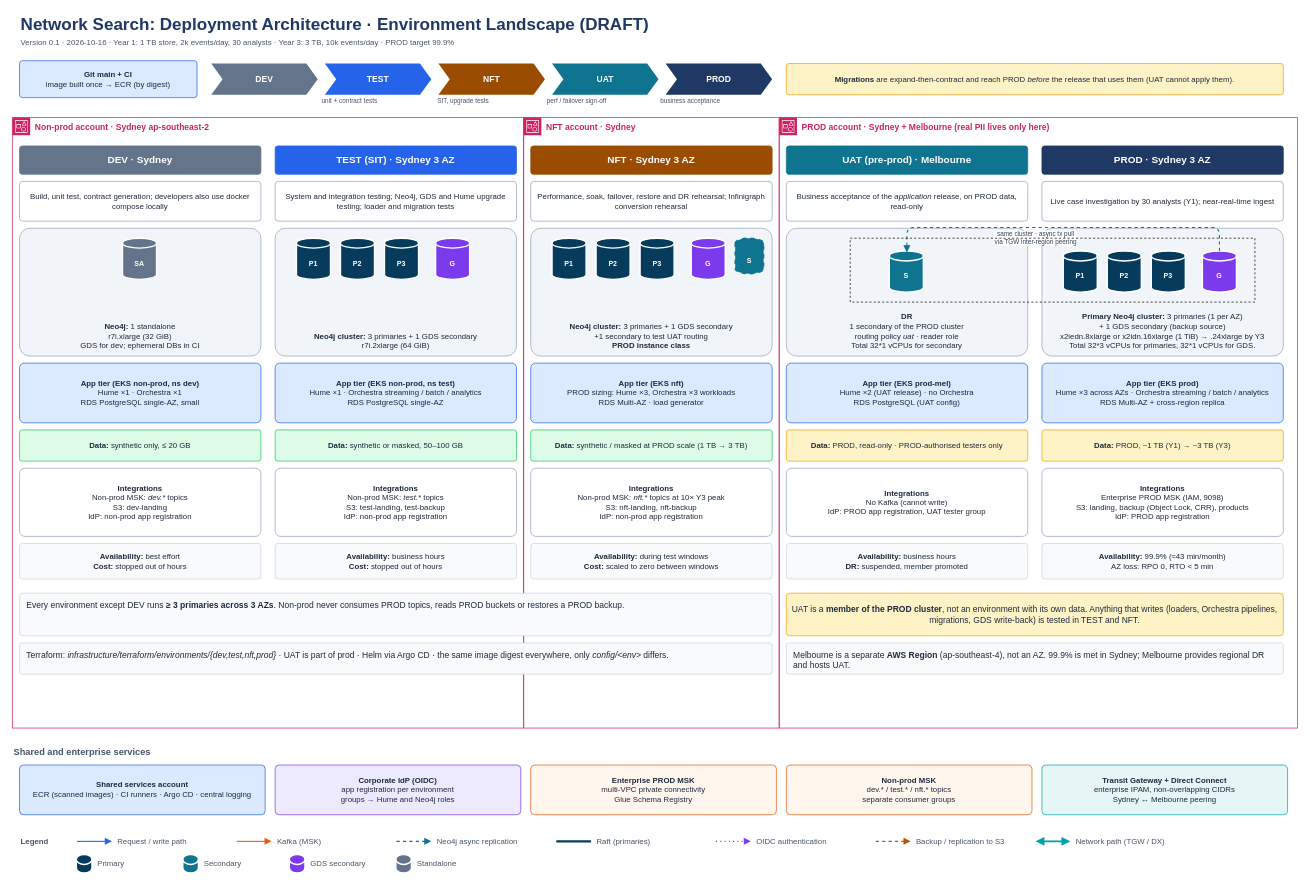
Above: page "1. Environment landscape" (1 of 3) of neo4j/docs/deployment/deployment-architecture.drawio in Joshua-Yu/graph-computing (draw.io), before the change. Source tidied: cells renumbered, new cells numbered last; positions are measured from the earlier drawing's top-left corner, leaving out a move shared by most shapes. Both pictures are drawn from the tidied source at 71%, with x=0, y=0 at pixel (12, 12).
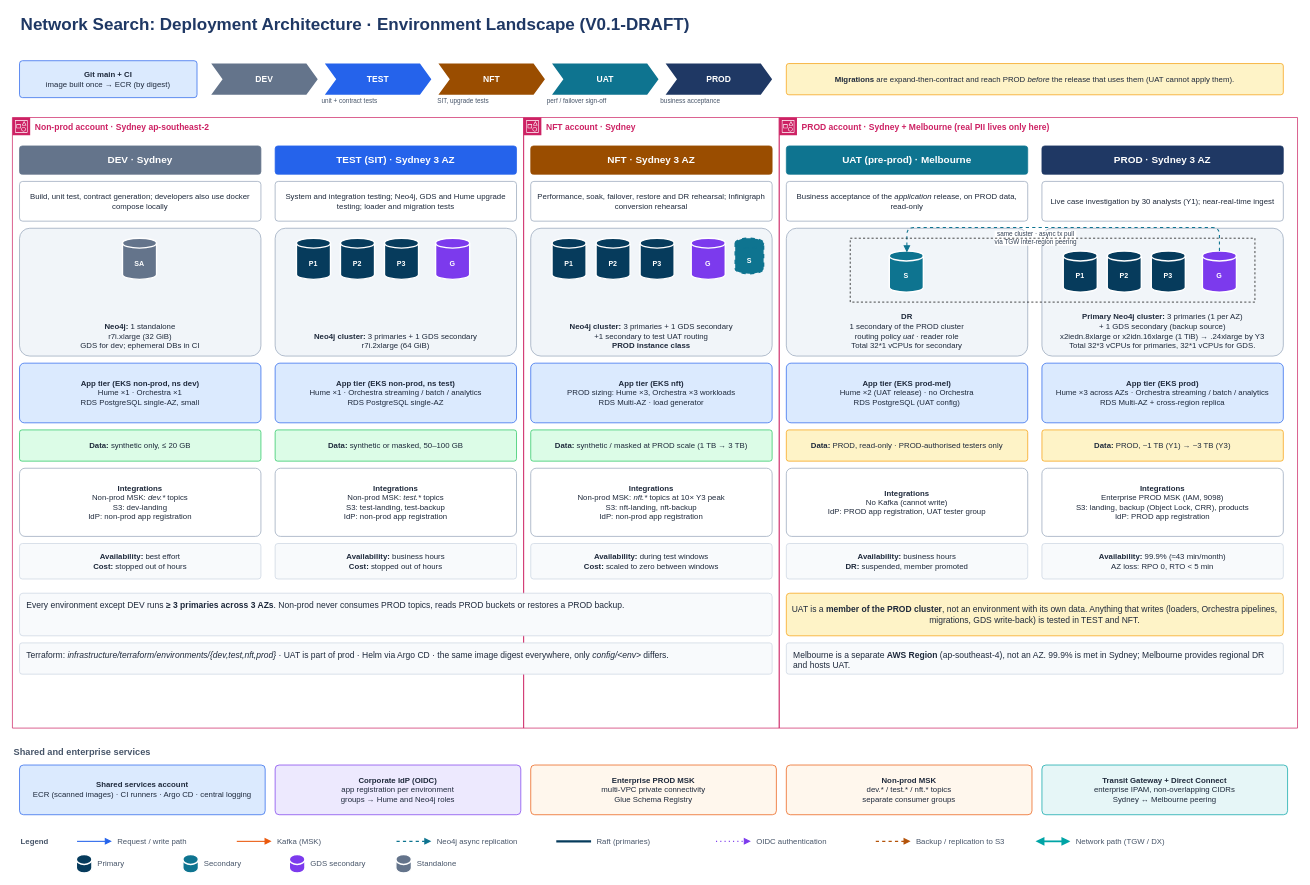
The same diagram, later.

Diff of the diagram source:
```diff
@@
-    <mxCell id="3" value="Network Search: Deployment Architecture · Environment Landscape (DRAFT)" style="text;html=1;align=left;verticalAlign=middle;fontSize=24;fontStyle=1;fontColor=#1f3864;fontFamily=Helvetica;" parent="1" vertex="1">
+    <mxCell id="3" value="Network Search: Deployment Architecture · Environment Landscape (V0.1-DRAFT)" style="text;html=1;align=left;verticalAlign=middle;fontSize=24;fontStyle=1;fontColor=#1f3864;fontFamily=Helvetica;" parent="1" vertex="1">
       <mxGeometry x="10" width="1400" height="34" as="geometry" />
     </mxCell>
-    <mxCell id="4" value="Version 0.1 · 2026-10-16 · Year 1: 1 TB store, 2k events/day, 30 analysts · Year 3: 3 TB, 10k events/day · PROD target 99.9%" style="text;html=1;align=left;verticalAlign=middle;fontSize=11;fontColor=#475569;fontFamily=Helvetica;" parent="1" vertex="1">
-      <mxGeometry x="10" y="32" width="1400" height="20" as="geometry" />
-    </mxCell>
```
